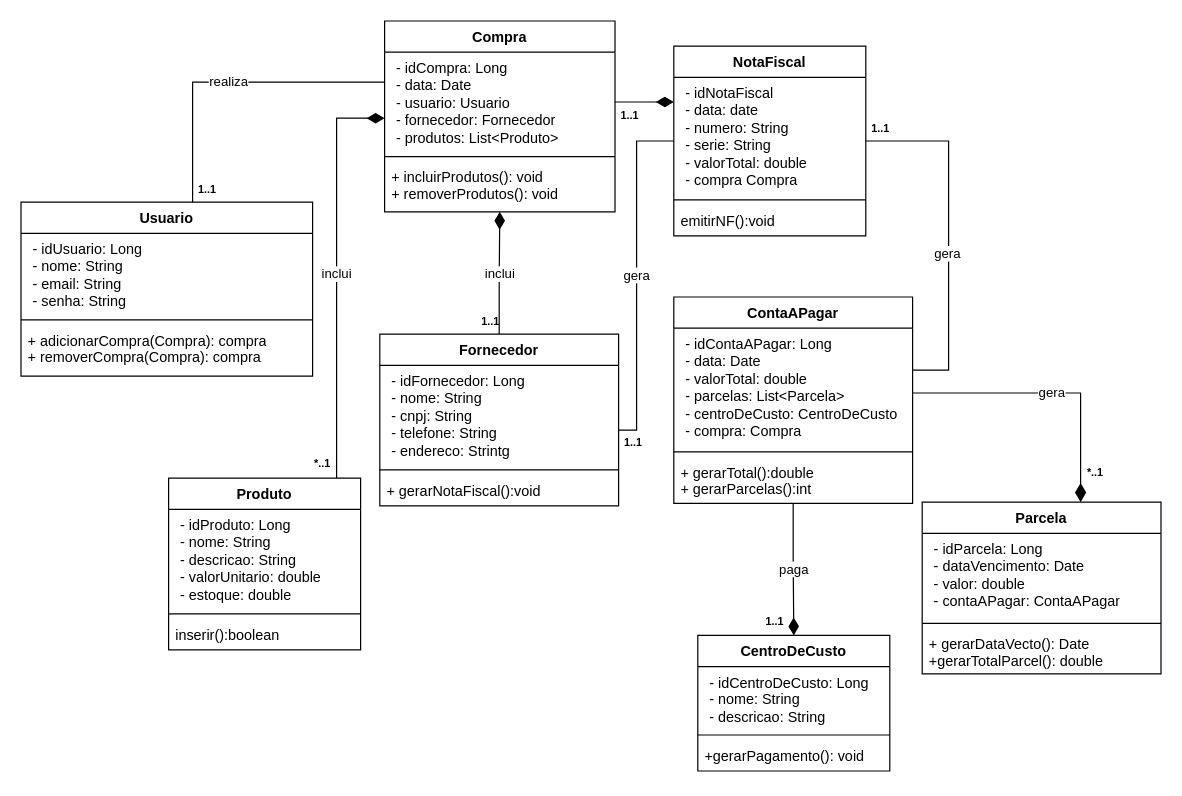
The draw.io diagram IES300/atividades/diagrama_de_classes/atv_diagrama_de_classes.drawio in leonardosetti/FATECTq, before the edit. Source tidied: cells renumbered, new cells numbered last; positions are measured from the earlier drawing's top-left corner, leaving out a move shared by most shapes. Both pictures are drawn from the tidied source at 120%, with x=0, y=0 at pixel (20, 20).
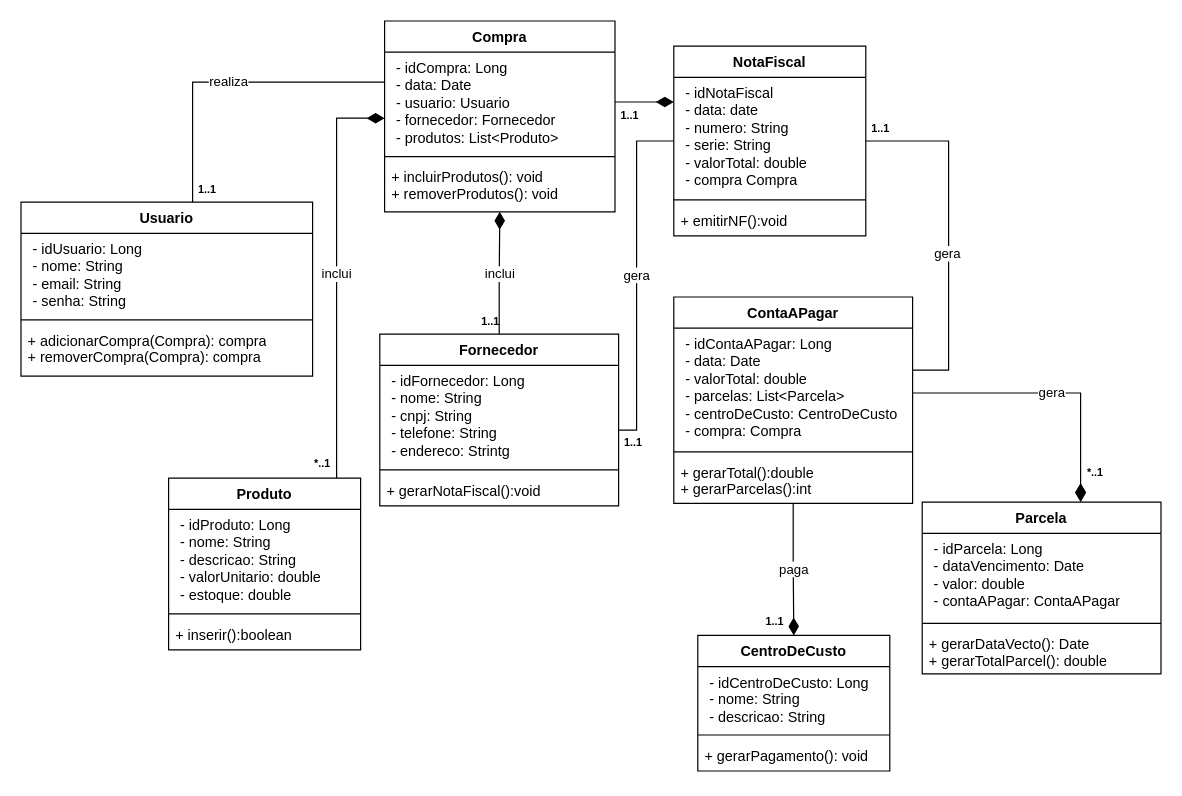
The same diagram, later.

Unchanged cells that the change refers to:
```xml
<mxCell id="12" value="&lt;b style=&quot;border-color: var(--border-color);&quot;&gt;Produto&lt;/b&gt;" style="swimlane;fontStyle=1;align=center;verticalAlign=top;horizontal=1;startSize=26;whiteSpace=wrap;html=1;" parent="2" vertex="1">
  <mxGeometry x="123" y="381" width="160" height="143" as="geometry" />
</mxCell>
<mxCell id="21" value="&lt;b style=&quot;border-color: var(--border-color);&quot;&gt;NotaFiscal&lt;/b&gt;" style="swimlane;fontStyle=1;align=center;verticalAlign=top;horizontal=1;startSize=26;whiteSpace=wrap;html=1;" parent="2" vertex="1">
  <mxGeometry x="544" y="21" width="160" height="158" as="geometry" />
</mxCell>
<mxCell id="25" value="&lt;b style=&quot;border-color: var(--border-color);&quot;&gt;Parcela&lt;/b&gt;" style="swimlane;fontStyle=1;align=center;verticalAlign=top;horizontal=1;startSize=26;whiteSpace=wrap;html=1;" parent="2" vertex="1">
  <mxGeometry x="751" y="401" width="199" height="143" as="geometry" />
</mxCell>
<mxCell id="33" value="&lt;b style=&quot;border-color: var(--border-color);&quot;&gt;CentroDeCusto&lt;/b&gt;" style="swimlane;fontStyle=1;align=center;verticalAlign=top;horizontal=1;startSize=26;whiteSpace=wrap;html=1;" parent="2" vertex="1">
  <mxGeometry x="564" y="512" width="160" height="113" as="geometry" />
</mxCell>
```

What changed in the source:
```diff
@@
-    <mxCell id="15" value="inserir():boolean" style="text;strokeColor=none;fillColor=none;align=left;verticalAlign=top;spacingLeft=4;spacingRight=4;overflow=hidden;whiteSpace=wrap;html=1;" parent="12" vertex="1">
+    <mxCell id="15" value="+ inserir():boolean" style="text;strokeColor=none;fillColor=none;align=left;verticalAlign=top;spacingLeft=4;spacingRight=4;overflow=hidden;whiteSpace=wrap;html=1;" parent="12" vertex="1">
       <mxGeometry y="117" width="160" height="26" as="geometry" />
     </mxCell>
@@
-    <mxCell id="24" value="emitirNF():void" style="text;strokeColor=none;fillColor=none;align=left;verticalAlign=top;spacingLeft=4;spacingRight=4;overflow=hidden;whiteSpace=wrap;html=1;" parent="21" vertex="1">
+    <mxCell id="24" value="+ emitirNF():void" style="text;strokeColor=none;fillColor=none;align=left;verticalAlign=top;spacingLeft=4;spacingRight=4;overflow=hidden;whiteSpace=wrap;html=1;" parent="21" vertex="1">
       <mxGeometry y="132" width="160" height="26" as="geometry" />
     </mxCell>
@@
-    <mxCell id="28" value="+ gerarDataVecto(): Date&lt;br&gt;+gerarTotalParcel(): double" style="text;strokeColor=none;fillColor=none;align=left;verticalAlign=top;spacingLeft=4;spacingRight=4;overflow=hidden;whiteSpace=wrap;html=1;" parent="25" vertex="1">
+    <mxCell id="28" value="+ gerarDataVecto(): Date&lt;br&gt;+ gerarTotalParcel(): double" style="text;strokeColor=none;fillColor=none;align=left;verticalAlign=top;spacingLeft=4;spacingRight=4;overflow=hidden;whiteSpace=wrap;html=1;" parent="25" vertex="1">
       <mxGeometry y="105" width="199" height="38" as="geometry" />
     </mxCell>
@@
-    <mxCell id="36" value="+gerarPagamento(): void" style="text;strokeColor=none;fillColor=none;align=left;verticalAlign=top;spacingLeft=4;spacingRight=4;overflow=hidden;whiteSpace=wrap;html=1;" parent="33" vertex="1">
+    <mxCell id="36" value="+ gerarPagamento(): void" style="text;strokeColor=none;fillColor=none;align=left;verticalAlign=top;spacingLeft=4;spacingRight=4;overflow=hidden;whiteSpace=wrap;html=1;" parent="33" vertex="1">
       <mxGeometry y="87" width="160" height="26" as="geometry" />
     </mxCell>
```
